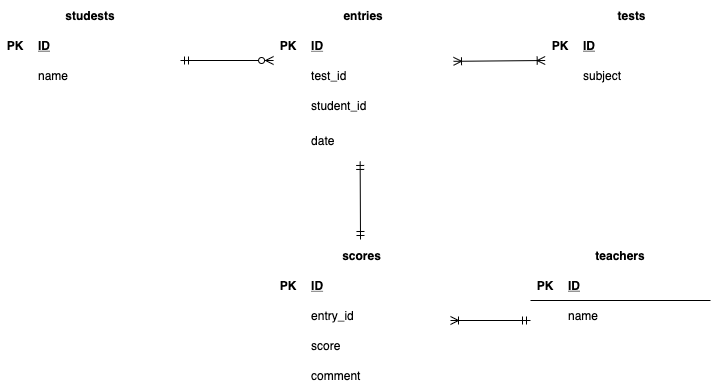
Before: index.drawio.png, a diagram exported from draw.io (katorifuge/20210519teramoto). Source tidied: cells renumbered, new cells last; positions are measured from the earlier drawing's top-left corner, leaving out a move shared by most shapes.
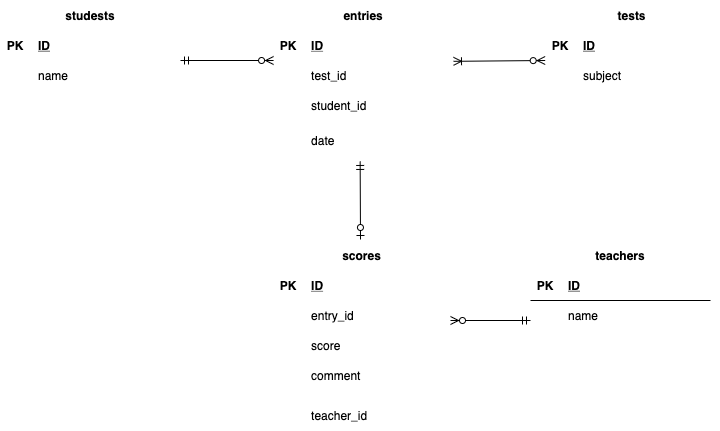
Above is the later version.

What changed in the source:
```diff
@@ -127,7 +127,7 @@
         <mxPoint x="180" y="60" as="sourcePoint" />
       </mxGeometry>
     </mxCell>
-    <mxCell id="43" style="fontSize=12;html=1;endArrow=ERmandOne;startArrow=ERmandOne;endFill=0;startFill=0;entryX=0.481;entryY=1.024;entryDx=0;entryDy=0;entryPerimeter=0;" parent="1" edge="1" target="39">
+    <mxCell id="43" style="fontSize=12;html=1;endArrow=ERmandOne;startArrow=ERzeroToOne;endFill=0;startFill=1;entryX=0.481;entryY=1.024;entryDx=0;entryDy=0;entryPerimeter=0;" parent="1" edge="1" target="39">
       <mxGeometry relative="1" as="geometry">
         <mxPoint x="360" y="239" as="sourcePoint" />
       </mxGeometry>
@@ -172,7 +172,7 @@
       <mxGeometry x="30" width="150" height="30" as="geometry" />
     </mxCell>
     <mxCell id="57" value="scores" style="shape=table;startSize=30;rowLines=0;fontStyle=1;align=center;strokeColor=#FFFFFF;" parent="1" vertex="1">
-      <mxGeometry x="273.1" y="240" width="176.9" height="150" as="geometry" />
+      <mxGeometry x="273.1" y="240" width="176.9" height="190" as="geometry" />
     </mxCell>
     <mxCell id="58" style="shape=partialRectangle;fillColor=none;top=0;left=0;bottom=1;right=0;strokeColor=#FFFFFF;" parent="57" vertex="1">
       <mxGeometry y="30" width="176.9" height="30" as="geometry" />
@@ -210,17 +210,20 @@
     <mxCell id="69" value="comment" style="shape=partialRectangle;fillColor=none;top=0;left=0;bottom=0;right=0;align=left;spacingLeft=6;overflow=hidden;strokeColor=#FFFFFF;" parent="67" vertex="1">
       <mxGeometry x="30" width="146.9" height="30" as="geometry" />
     </mxCell>
-    <mxCell id="70" style="fontSize=12;html=1;endArrow=ERmandOne;startArrow=ERoneToMany;startFill=0;endFill=0;" parent="1" edge="1">
+    <mxCell id="70" style="fontSize=12;html=1;endArrow=ERmandOne;startArrow=ERzeroToMany;startFill=1;endFill=0;" parent="1" edge="1">
       <mxGeometry relative="1" as="geometry">
         <mxPoint x="450" y="320" as="sourcePoint" />
         <mxPoint x="530" y="320" as="targetPoint" />
       </mxGeometry>
     </mxCell>
-    <mxCell id="71" style="fontSize=12;html=1;endArrow=ERoneToMany;startArrow=ERoneToMany;exitX=0.985;exitY=-0.1;exitDx=0;exitDy=0;exitPerimeter=0;entryX=-0.017;entryY=0.206;entryDx=0;entryDy=0;entryPerimeter=0;endFill=0;startFill=0;" parent="1" edge="1">
+    <mxCell id="71" style="fontSize=12;html=1;endArrow=ERzeroToMany;startArrow=ERoneToMany;exitX=0.985;exitY=-0.1;exitDx=0;exitDy=0;exitPerimeter=0;entryX=-0.017;entryY=0.206;entryDx=0;entryDy=0;entryPerimeter=0;endFill=1;startFill=0;" parent="1" edge="1">
       <mxGeometry relative="1" as="geometry">
         <mxPoint x="453" y="60.8" as="sourcePoint" />
         <mxPoint x="544.7" y="60" as="targetPoint" />
       </mxGeometry>
     </mxCell>
+    <mxCell id="72" value="teacher_id" style="shape=partialRectangle;fillColor=none;top=0;left=0;bottom=0;right=0;align=left;spacingLeft=6;overflow=hidden;strokeColor=#FFFFFF;" parent="1" vertex="1">
+      <mxGeometry x="303.1" y="400" width="146.9" height="30" as="geometry" />
+    </mxCell>
   </root>
 </mxGraphModel>
```
